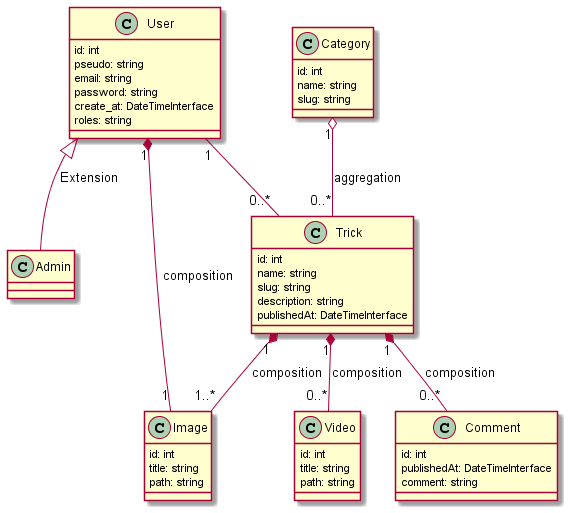
Above: uml/Classes.png in sjaulin/snowtricks (PlantUML), before the change.
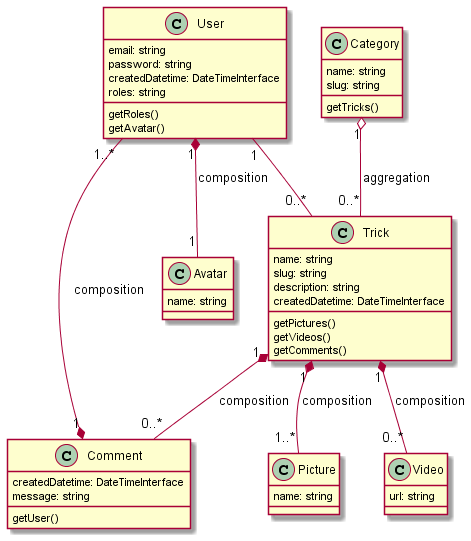
Above is the later version.

The edit, as a diff of the source:
```diff
@@ -1,54 +1,55 @@
 @startuml Classes
+
         class User {
-            {field} id: int
-            {field} pseudo: string
             {field} email: string
             {field} password: string
-            {field} create_at: DateTimeInterface
+            {field} createdDatetime: DateTimeInterface
             {field} roles: string
+            {method} getRoles()
+            {method} getAvatar()
         }
 
-        class Admin
+        class Avatar {
+            {field} name: string
+        }
 
         class Category {
-            {field} id: int
             {field} name: string
             {field} slug: string
+            {method} getTricks()
         }
 
         class Trick {
-            {field} id: int
             {field} name: string
             {field} slug: string
             {field} description: string
-            {field} publishedAt: DateTimeInterface
+            {field} createdDatetime: DateTimeInterface
+            {method} getPictures()
+            {method} getVideos()
+            {method} getComments()
         }
 
-        class Image {
-            {field} id: int
-            {field} title: string
-            {field} path: string
+        class Picture {
+            {field} name: string
         }
 
         class Video {
-            {field} id: int
-            {field} title: string
-            {field} path: string
+            {field} url: string
         }
 
         class Comment {
-            {field} id: int
-            {field} publishedAt: DateTimeInterface
-            {field} comment: string
+            {field} createdDatetime: DateTimeInterface
+            {field} message: string
+            {method} getUser()
         }
 
-        User <|-- Admin : Extension
-
-        User "1" *-- "1" Image : composition
+        User "1" *-- "1" Avatar : composition
         User "1" -- "0..*" Trick
 
         Category "1" o-- "0..*" Trick : aggregation
-        Trick "1" *-- "1..*" Image : composition
+        Trick "1" *-- "1..*" Picture : composition
         Trick "1" *-- "0..*" Video : composition
         Trick "1" *-- "0..*" Comment : composition
+
+        Comment "1" *-- "1..*" User : composition
 @enduml
```
